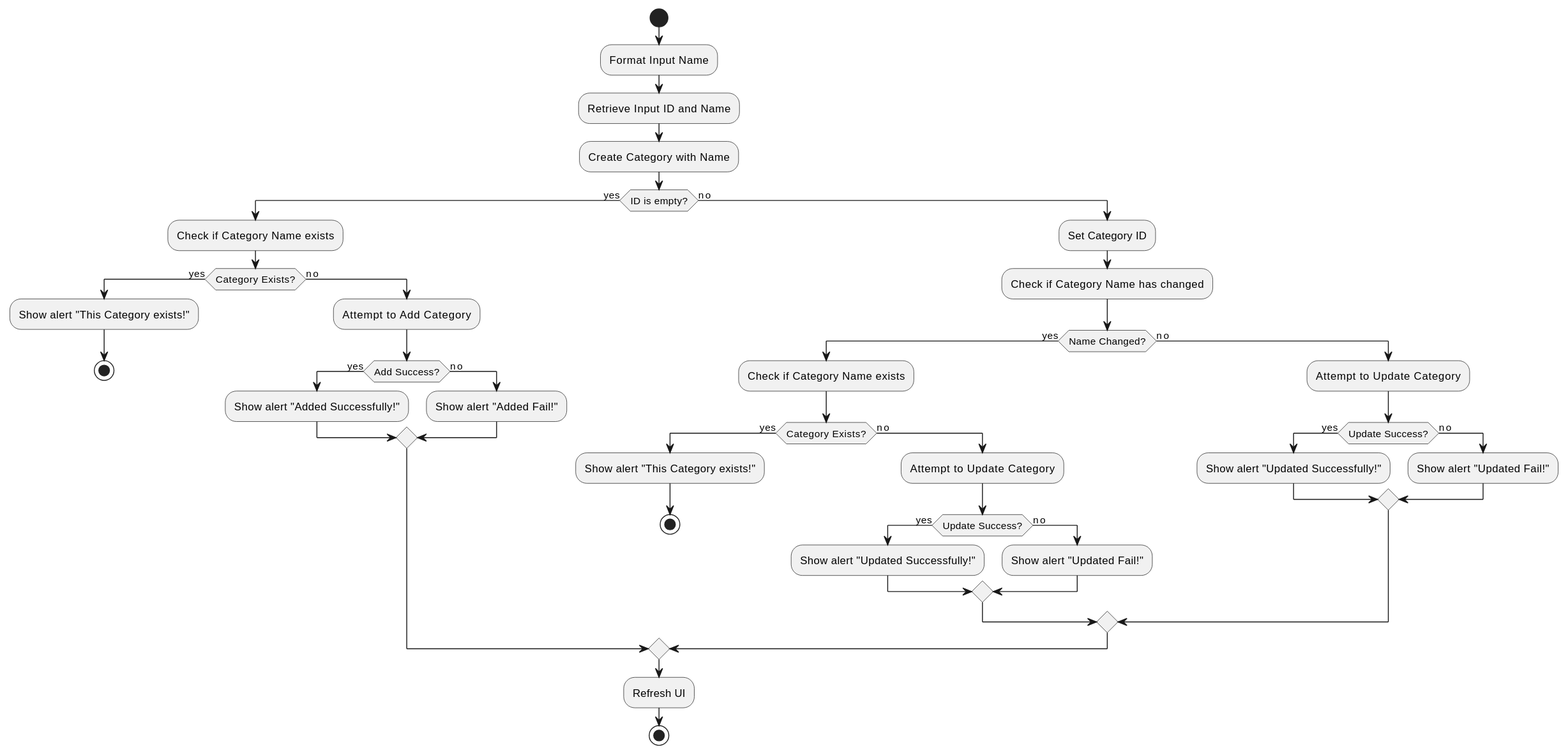
Earlier version of the PlantUML export docs/design/categories/SaveCategory.svg (viettq1997/library-management-system).
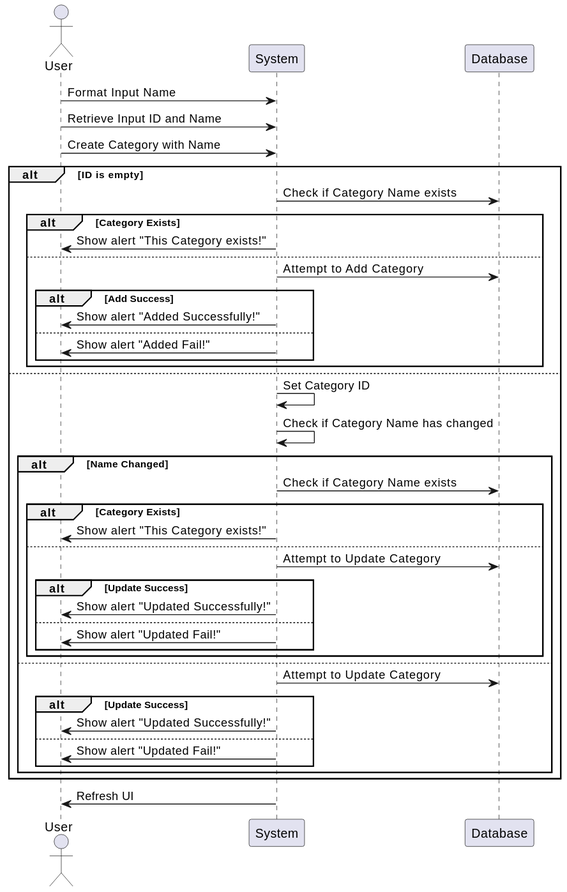
After the change.

Change to the diagram source:
```diff
@@ -1,49 +1,48 @@
 @startuml
-start
+actor User
+participant "System" as System
+participant "Database" as DB
 
-:Format Input Name;
-:Retrieve Input ID and Name;
-:Create Category with Name;
+User -> System: Format Input Name
+User -> System: Retrieve Input ID and Name
+User -> System: Create Category with Name
 
-if (ID is empty?) then (yes)
-  :Check if Category Name exists;
-  if (Category Exists?) then (yes)
-    :Show alert "This Category exists!";
-    stop
-  else (no)
-    :Attempt to Add Category;
-    if (Add Success?) then (yes)
-      :Show alert "Added Successfully!";
-    else (no)
-      :Show alert "Added Fail!";
-    endif
-  endif
-else (no)
-  :Set Category ID;
-  :Check if Category Name has changed;
-  if (Name Changed?) then (yes)
-    :Check if Category Name exists;
-    if (Category Exists?) then (yes)
-      :Show alert "This Category exists!";
-      stop
-    else (no)
-      :Attempt to Update Category;
-      if (Update Success?) then (yes)
-        :Show alert "Updated Successfully!";
-      else (no)
-        :Show alert "Updated Fail!";
-      endif
-    endif
-  else (no)
-    :Attempt to Update Category;
-    if (Update Success?) then (yes)
-      :Show alert "Updated Successfully!";
-    else (no)
-      :Show alert "Updated Fail!";
-    endif
-  endif
-endif
+alt ID is empty
+  System -> DB: Check if Category Name exists
+  alt Category Exists
+    System -> User: Show alert "This Category exists!"
+  else
+    System -> DB: Attempt to Add Category
+    alt Add Success
+      System -> User: Show alert "Added Successfully!"
+    else
+      System -> User: Show alert "Added Fail!"
+    end
+  end
+else
+  System -> System: Set Category ID
+  System -> System: Check if Category Name has changed
+  alt Name Changed
+    System -> DB: Check if Category Name exists
+    alt Category Exists
+      System -> User: Show alert "This Category exists!"
+    else
+      System -> DB: Attempt to Update Category
+      alt Update Success
+        System -> User: Show alert "Updated Successfully!"
+      else
+        System -> User: Show alert "Updated Fail!"
+      end
+    end
+  else
+    System -> DB: Attempt to Update Category
+    alt Update Success
+      System -> User: Show alert "Updated Successfully!"
+    else
+      System -> User: Show alert "Updated Fail!"
+    end
+  end
+end
 
-:Refresh UI;
-stop
+System -> User: Refresh UI
 @enduml
```
